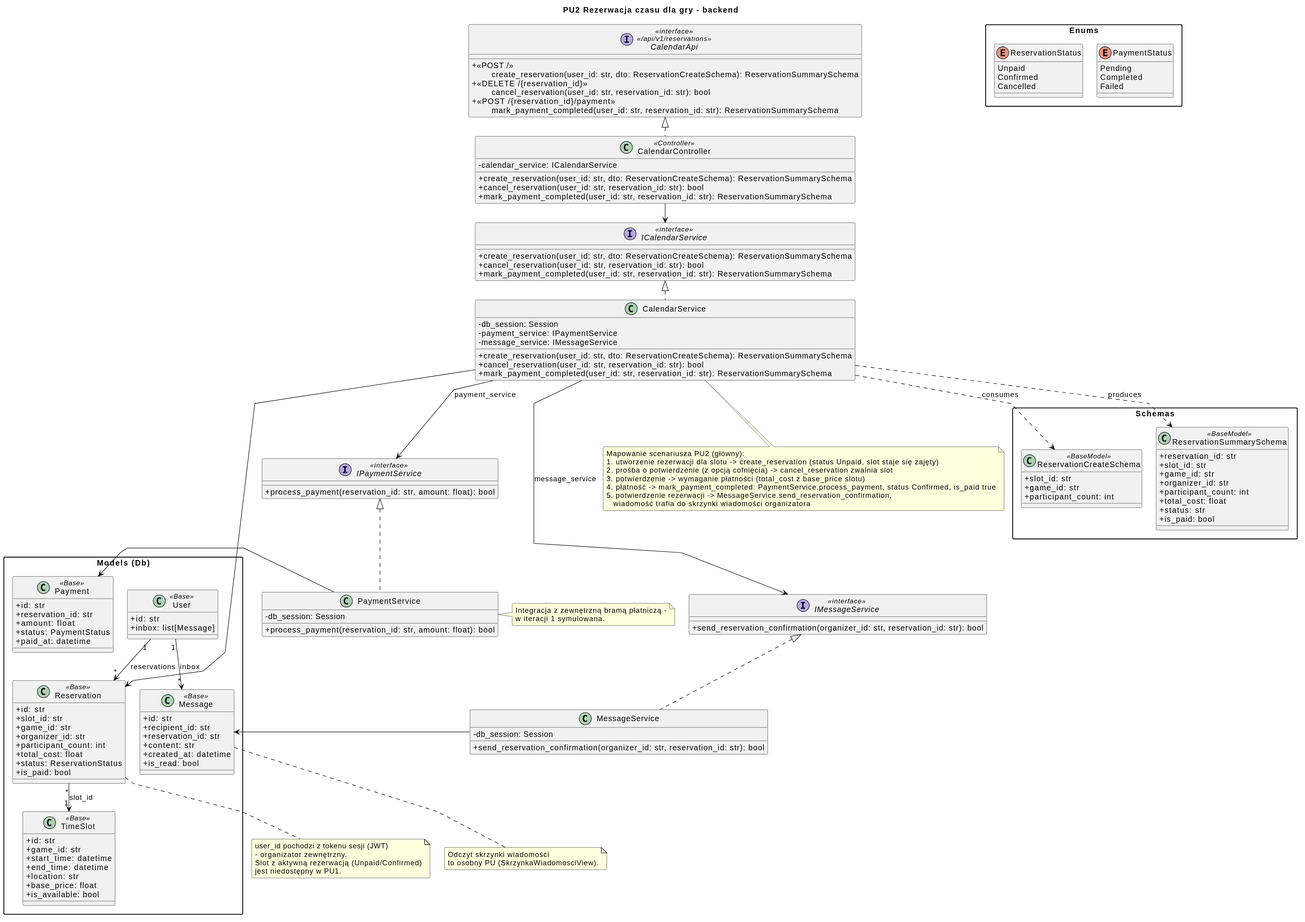
This is diagrams/backend/rendered/reservation.svg from Igor-Ochocki/POP-2026Z, a PlantUML export, as it was before one commit.
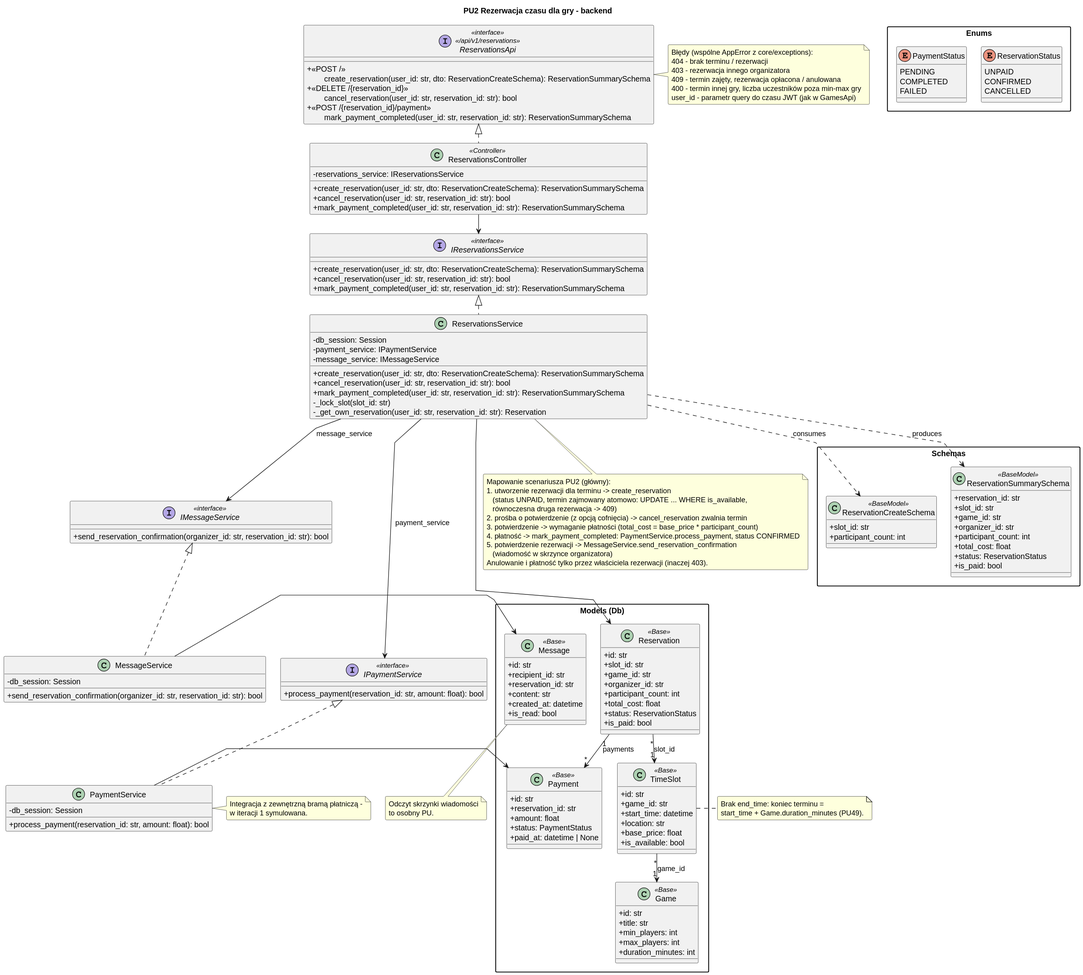
Later version of the same file.

The edit, as a diff of the source:
```diff
@@ -9,32 +9,34 @@
 
 title PU2 Rezerwacja czasu dla gry - backend
 
-interface CalendarApi <<interface>>\n<< /api/v1/reservations >> {
+interface ReservationsApi <<interface>>\n<< /api/v1/reservations >> {
     + <<POST / >>\n\tcreate_reservation(user_id: str, dto: ReservationCreateSchema): ReservationSummarySchema
     + <<DELETE /{reservation_id} >>\n\tcancel_reservation(user_id: str, reservation_id: str): bool
     + <<POST /{reservation_id}/payment >>\n\tmark_payment_completed(user_id: str, reservation_id: str): ReservationSummarySchema
 }
 
-class CalendarController <<Controller>> {
-    - calendar_service: ICalendarService
+class ReservationsController <<Controller>> {
+    - reservations_service: IReservationsService
     + create_reservation(user_id: str, dto: ReservationCreateSchema): ReservationSummarySchema
     + cancel_reservation(user_id: str, reservation_id: str): bool
     + mark_payment_completed(user_id: str, reservation_id: str): ReservationSummarySchema
 }
 
-interface ICalendarService <<interface>> {
+interface IReservationsService <<interface>> {
     + create_reservation(user_id: str, dto: ReservationCreateSchema): ReservationSummarySchema
     + cancel_reservation(user_id: str, reservation_id: str): bool
     + mark_payment_completed(user_id: str, reservation_id: str): ReservationSummarySchema
 }
 
-class CalendarService {
+class ReservationsService {
     - db_session: Session
     - payment_service: IPaymentService
     - message_service: IMessageService
     + create_reservation(user_id: str, dto: ReservationCreateSchema): ReservationSummarySchema
     + cancel_reservation(user_id: str, reservation_id: str): bool
     + mark_payment_completed(user_id: str, reservation_id: str): ReservationSummarySchema
+    - _lock_slot(slot_id: str)
+    - _get_own_reservation(user_id: str, reservation_id: str): Reservation
 }
 
 interface IPaymentService <<interface>> {
@@ -58,7 +60,6 @@
 package "Schemas" {
     class ReservationCreateSchema <<BaseModel>> {
         + slot_id: str
-        + game_id: str
         + participant_count: int
     }
 
@@ -69,7 +70,7 @@
         + organizer_id: str
         + participant_count: int
         + total_cost: float
-        + status: str
+        + status: ReservationStatus
         + is_paid: bool
     }
 }
@@ -91,7 +92,7 @@
         + reservation_id: str
         + amount: float
         + status: PaymentStatus
-        + paid_at: datetime
+        + paid_at: datetime | None
     }
 
     class Message <<Base>> {
@@ -107,60 +108,79 @@
         + id: str
         + game_id: str
         + start_time: datetime
-        + end_time: datetime
         + location: str
         + base_price: float
         + is_available: bool
     }
 
-    class User <<Base>> {
+    class Game <<Base>> {
         + id: str
-        + inbox: list[Message]
+        + title: str
+        + min_players: int
+        + max_players: int
+        + duration_minutes: int
     }
 }
 
 package "Enums" {
     enum ReservationStatus {
-        Unpaid
-        Confirmed
-        Cancelled
+        UNPAID
+        CONFIRMED
+        CANCELLED
     }
 
     enum PaymentStatus {
-        Pending
-        Completed
-        Failed
+        PENDING
+        COMPLETED
+        FAILED
     }
 }
 
-CalendarController .up.|> CalendarApi
-CalendarController --> ICalendarService
+ReservationsController .up.|> ReservationsApi
+ReservationsController --> IReservationsService
 
-CalendarService .up.|> ICalendarService
-CalendarService --> IPaymentService : payment_service
-CalendarService --> IMessageService : message_service
+ReservationsService .up.|> IReservationsService
+ReservationsService --> IPaymentService : payment_service
+ReservationsService --> IMessageService : message_service
 
 PaymentService .up.|> IPaymentService
 PaymentService -right-> Payment
 MessageService .up.|> IMessageService
 MessageService -right-> Message
 
-CalendarService -right-> Reservation
-CalendarService ..> ReservationCreateSchema : consumes
-CalendarService ..> ReservationSummarySchema : produces
+ReservationsService -right-> Reservation
+ReservationsService ..> ReservationCreateSchema : consumes
+ReservationsService ..> ReservationSummarySchema : produces
 
 Reservation "*" --> "1" TimeSlot : slot_id
-User "1" --> "*" Reservation : reservations
-User "1" --> "*" Message : inbox
+Reservation "1" --> "*" Payment : payments
+TimeSlot "*" --> "1" Game : game_id
 
-note bottom of CalendarService
+note bottom of ReservationsService
     Mapowanie scenariusza PU2 (główny):
-    1. utworzenie rezerwacji dla slotu -> create_reservation (status Unpaid, slot staje się zajęty)
-    2. prośba o potwierdzenie (z opcją cofnięcia) -> cancel_reservation zwalnia slot
-    3. potwierdzenie -> wymaganie płatności (total_cost z base_price slotu)
-    4. płatność -> mark_payment_completed: PaymentService.process_payment, status Confirmed, is_paid true
-    5. potwierdzenie rezerwacji -> MessageService.send_reservation_confirmation,
-       wiadomość trafia do skrzynki wiadomości organizatora
+    1. utworzenie rezerwacji dla terminu -> create_reservation
+       (status UNPAID, termin zajmowany atomowo: UPDATE ... WHERE is_available,
+       równoczesna druga rezerwacja -> 409)
+    2. prośba o potwierdzenie (z opcją cofnięcia) -> cancel_reservation zwalnia termin
+    3. potwierdzenie -> wymaganie płatności (total_cost = base_price * participant_count)
+    4. płatność -> mark_payment_completed: PaymentService.process_payment, status CONFIRMED
+    5. potwierdzenie rezerwacji -> MessageService.send_reservation_confirmation
+       (wiadomość w skrzynce organizatora)
+    Anulowanie i płatność tylko przez właściciela rezerwacji (inaczej 403).
+end note
+
+note right of ReservationsApi
+    Błędy (wspólne AppError z core/exceptions):
+    404 - brak terminu / rezerwacji
+    403 - rezerwacja innego organizatora
+    409 - termin zajęty, rezerwacja opłacona / anulowana
+    400 - termin innej gry, liczba uczestników poza min-max gry
+    user_id - parametr query do czasu JWT (jak w GamesApi)
+end note
+
+note right of TimeSlot
+    Brak end_time: koniec terminu =
+    start_time + Game.duration_minutes (PU49).
 end note
 
 note right of PaymentService
@@ -170,13 +190,6 @@
 
 note bottom of Message
     Odczyt skrzynki wiadomości
-    to osobny PU (SkrzynkaWiadomosciView).
-end note
-
-note bottom of Reservation
-    user_id pochodzi z tokenu sesji (JWT)
-    - organizator zewnętrzny.
-    Slot z aktywną rezerwacją (Unpaid/Confirmed)
-    jest niedostępny w PU1.
+    to osobny PU.
 end note
 @enduml
```
